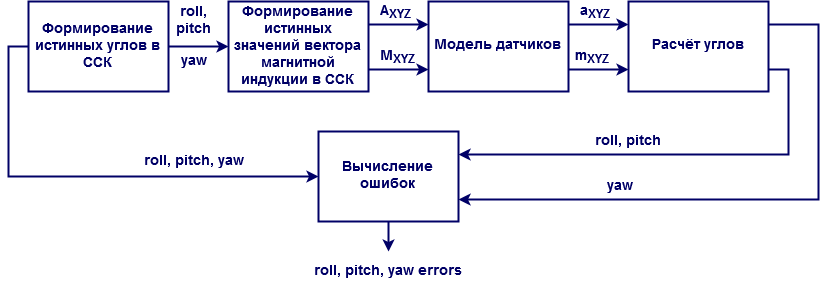
This is Untitled Diagram.png from DaryaMalafeeva/mems-errors, a draw.io export, as it was before one commit. Source tidied: cells renumbered, new cells last; positions are measured from the earlier drawing's top-left corner, leaving out a move shared by most shapes.
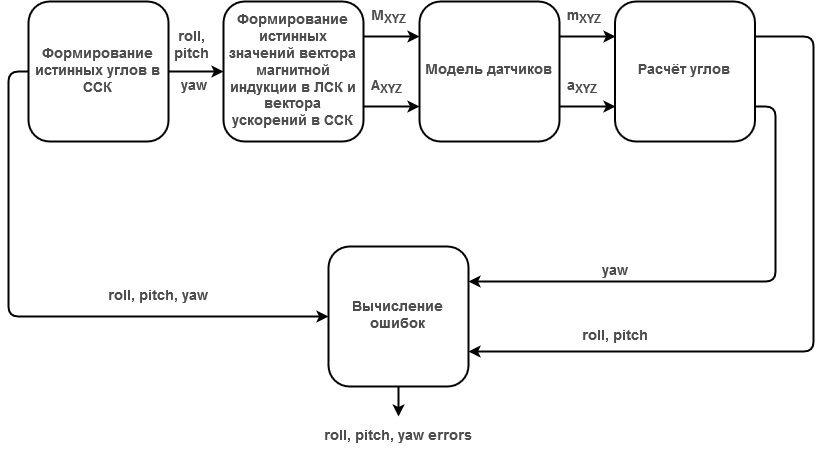
After the change.

Change to the diagram source:
```diff
@@ -2,96 +2,86 @@
   <root>
     <mxCell id="0" />
     <mxCell id="1" parent="0" />
-    <mxCell id="2" style="edgeStyle=orthogonalEdgeStyle;rounded=0;jettySize=auto;html=1;exitX=1;exitY=0.25;exitDx=0;exitDy=0;entryX=0;entryY=0.25;entryDx=0;entryDy=0;strokeColor=#000066;strokeWidth=2;" parent="1" edge="1" source="4" target="9">
-      <mxGeometry relative="1" as="geometry" />
-    </mxCell>
-    <mxCell id="3" style="edgeStyle=orthogonalEdgeStyle;rounded=0;jettySize=auto;html=1;exitX=1;exitY=0.75;exitDx=0;exitDy=0;entryX=0;entryY=0.75;entryDx=0;entryDy=0;strokeColor=#000066;strokeWidth=2;" parent="1" edge="1" source="4" target="9">
-      <mxGeometry relative="1" as="geometry" />
-    </mxCell>
+    <mxCell id="26" style="edgeStyle=orthogonalEdgeStyle;rounded=1;jettySize=auto;html=1;exitX=1;exitY=0.25;exitDx=0;exitDy=0;entryX=0;entryY=0.25;entryDx=0;entryDy=0;strokeColor=#000000;strokeWidth=2;shadow=0;fontSize=12;fillColor=#ffffff;glass=0;" parent="1" edge="1" source="4" target="9">
+      <mxGeometry relative="1" as="geometry" />
+    </mxCell>
+    <mxCell id="27" style="edgeStyle=orthogonalEdgeStyle;rounded=1;jettySize=auto;html=1;exitX=1;exitY=0.75;exitDx=0;exitDy=0;entryX=0;entryY=0.75;entryDx=0;entryDy=0;strokeColor=#000000;strokeWidth=2;shadow=0;fontSize=12;fillColor=#ffffff;glass=0;" parent="1" edge="1" source="4" target="9">
+      <mxGeometry relative="1" as="geometry" />
+    </mxCell>
-    <mxCell id="4" value="&lt;font style=&quot;font-size: 14px&quot; color=&quot;#000066&quot;&gt;&lt;b&gt;Формирование истинных значений вектора магнитной индукции в ССК &lt;/b&gt;&lt;/font&gt;" style="rounded=0;whiteSpace=wrap;html=1;comic=0;shadow=0;strokeColor=#000066;glass=0;strokeWidth=2;" parent="1" vertex="1">
-      <mxGeometry x="220" width="140" height="90" as="geometry" />
+    <mxCell id="4" value="&lt;font style=&quot;font-size: 14px&quot; color=&quot;#4D4D4D&quot;&gt;&lt;b&gt;Формирование истинных значений вектора магнитной индукции в ЛСК и вектора ускорений в ССК &lt;/b&gt;&lt;/font&gt;" style="rounded=1;whiteSpace=wrap;html=1;comic=0;shadow=0;strokeColor=#000000;glass=0;strokeWidth=2;" parent="1" vertex="1">
+      <mxGeometry x="220" y="-25" width="140" height="140" as="geometry" />
     </mxCell>
-    <mxCell id="5" style="edgeStyle=orthogonalEdgeStyle;rounded=0;jettySize=auto;html=1;exitX=0;exitY=0.5;exitDx=0;exitDy=0;entryX=0;entryY=0.5;entryDx=0;entryDy=0;strokeColor=#000066;strokeWidth=2;" parent="1" edge="1" source="6" target="14">
-      <mxGeometry relative="1" as="geometry">
-        <Array as="points">
-          <mxPoint y="45" />
-          <mxPoint y="175" />
-        </Array>
-      </mxGeometry>
+    <mxCell id="5" style="edgeStyle=orthogonalEdgeStyle;rounded=1;jettySize=auto;html=1;exitX=0;exitY=0.5;exitDx=0;exitDy=0;entryX=0;entryY=0.5;entryDx=0;entryDy=0;strokeColor=#000000;strokeWidth=2;shadow=0;fontSize=12;fillColor=#ffffff;glass=0;" parent="1" edge="1" source="6" target="14">
+      <mxGeometry relative="1" as="geometry" />
     </mxCell>
-    <mxCell id="6" value="&lt;font style=&quot;font-size: 14px&quot; color=&quot;#000066&quot;&gt;&lt;b&gt;Формирование истинных углов в ССК &lt;/b&gt;&lt;/font&gt;" style="rounded=0;whiteSpace=wrap;html=1;glass=0;shadow=0;strokeColor=#000066;strokeWidth=2;" parent="1" vertex="1">
-      <mxGeometry x="20" width="140" height="90" as="geometry" />
+    <mxCell id="6" value="&lt;font style=&quot;font-size: 14px&quot; color=&quot;#4D4D4D&quot;&gt;&lt;b&gt;Формирование истинных углов в ССК &lt;/b&gt;&lt;/font&gt;" style="rounded=1;whiteSpace=wrap;html=1;glass=0;shadow=0;strokeColor=#000000;strokeWidth=2;" parent="1" vertex="1">
+      <mxGeometry x="25" y="-25" width="140" height="140" as="geometry" />
     </mxCell>
-    <mxCell id="7" style="edgeStyle=orthogonalEdgeStyle;rounded=0;jettySize=auto;html=1;exitX=1;exitY=0.25;exitDx=0;exitDy=0;entryX=0;entryY=0.25;entryDx=0;entryDy=0;strokeColor=#000066;strokeWidth=2;" parent="1" edge="1" source="9" target="12">
-      <mxGeometry relative="1" as="geometry" />
-    </mxCell>
-    <mxCell id="8" style="edgeStyle=orthogonalEdgeStyle;rounded=0;jettySize=auto;html=1;exitX=1;exitY=0.75;exitDx=0;exitDy=0;entryX=0;entryY=0.75;entryDx=0;entryDy=0;strokeColor=#000066;strokeWidth=2;" parent="1" edge="1" source="9" target="12">
-      <mxGeometry relative="1" as="geometry" />
-    </mxCell>
+    <mxCell id="28" style="edgeStyle=orthogonalEdgeStyle;rounded=1;jettySize=auto;html=1;exitX=1;exitY=0.25;exitDx=0;exitDy=0;entryX=0;entryY=0.25;entryDx=0;entryDy=0;strokeColor=#000000;strokeWidth=2;shadow=0;fontSize=12;fillColor=#ffffff;glass=0;" parent="1" edge="1" source="9" target="12">
+      <mxGeometry relative="1" as="geometry" />
+    </mxCell>
+    <mxCell id="29" style="edgeStyle=orthogonalEdgeStyle;rounded=1;jettySize=auto;html=1;exitX=1;exitY=0.75;exitDx=0;exitDy=0;entryX=0;entryY=0.75;entryDx=0;entryDy=0;strokeColor=#000000;strokeWidth=2;shadow=0;fontSize=12;fillColor=#ffffff;glass=0;" parent="1" edge="1" source="9" target="12">
+      <mxGeometry relative="1" as="geometry" />
+    </mxCell>
-    <mxCell id="9" value="&lt;font style=&quot;font-size: 14px&quot; color=&quot;#000066&quot;&gt;&lt;b&gt;Модель датчиков&lt;br&gt;&lt;/b&gt;&lt;/font&gt;" style="rounded=0;whiteSpace=wrap;html=1;shadow=0;strokeColor=#000066;glass=0;strokeWidth=2;" parent="1" vertex="1">
-      <mxGeometry x="420" width="140" height="90" as="geometry" />
+    <mxCell id="9" value="&lt;font style=&quot;font-size: 14px&quot; color=&quot;#4D4D4D&quot;&gt;&lt;b&gt;Модель датчиков&lt;br&gt;&lt;/b&gt;&lt;/font&gt;" style="rounded=1;whiteSpace=wrap;html=1;shadow=0;strokeColor=#000000;glass=0;strokeWidth=2;" parent="1" vertex="1">
+      <mxGeometry x="416" y="-25" width="140" height="140" as="geometry" />
     </mxCell>
-    <mxCell id="10" style="edgeStyle=orthogonalEdgeStyle;rounded=0;jettySize=auto;html=1;exitX=1;exitY=0.75;exitDx=0;exitDy=0;entryX=1;entryY=0.25;entryDx=0;entryDy=0;strokeColor=#000066;strokeWidth=2;" parent="1" edge="1" source="12" target="14">
-      <mxGeometry relative="1" as="geometry">
-        <Array as="points">
-          <mxPoint x="780" y="68" />
-          <mxPoint x="780" y="153" />
-        </Array>
-      </mxGeometry>
-    </mxCell>
-    <mxCell id="11" style="edgeStyle=orthogonalEdgeStyle;rounded=0;jettySize=auto;html=1;exitX=1;exitY=0.25;exitDx=0;exitDy=0;entryX=1;entryY=0.75;entryDx=0;entryDy=0;strokeColor=#000066;strokeWidth=2;" parent="1" edge="1" source="12" target="14">
-      <mxGeometry relative="1" as="geometry">
-        <Array as="points">
-          <mxPoint x="810" y="23" />
-          <mxPoint x="810" y="198" />
-        </Array>
-      </mxGeometry>
-    </mxCell>
+    <mxCell id="30" style="edgeStyle=orthogonalEdgeStyle;rounded=1;jettySize=auto;html=1;exitX=1;exitY=0.75;exitDx=0;exitDy=0;entryX=1;entryY=0.25;entryDx=0;entryDy=0;strokeColor=#000000;strokeWidth=2;shadow=0;fontSize=12;fillColor=#ffffff;glass=0;" parent="1" edge="1" source="12" target="14">
+      <mxGeometry relative="1" as="geometry" />
+    </mxCell>
+    <mxCell id="31" style="edgeStyle=orthogonalEdgeStyle;rounded=1;jettySize=auto;html=1;exitX=1;exitY=0.25;exitDx=0;exitDy=0;entryX=1;entryY=0.75;entryDx=0;entryDy=0;strokeColor=#000000;strokeWidth=2;shadow=0;fontSize=12;fillColor=#ffffff;glass=0;" parent="1" edge="1" source="12" target="14">
+      <mxGeometry relative="1" as="geometry">
+        <Array as="points">
+          <mxPoint x="810" y="10" />
+          <mxPoint x="810" y="325" />
+        </Array>
+      </mxGeometry>
+    </mxCell>
-    <mxCell id="12" value="&lt;font style=&quot;font-size: 14px&quot; color=&quot;#000066&quot;&gt;&lt;b&gt;Расчёт углов&lt;br&gt;&lt;/b&gt;&lt;/font&gt;" style="rounded=0;whiteSpace=wrap;html=1;shadow=0;strokeColor=#000066;glass=0;strokeWidth=2;" parent="1" vertex="1">
-      <mxGeometry x="620" width="140" height="90" as="geometry" />
+    <mxCell id="12" value="&lt;font style=&quot;font-size: 14px&quot; color=&quot;#4D4D4D&quot;&gt;&lt;b&gt;Расчёт углов&lt;br&gt;&lt;/b&gt;&lt;/font&gt;" style="rounded=1;whiteSpace=wrap;html=1;shadow=0;strokeColor=#000000;glass=0;strokeWidth=2;" parent="1" vertex="1">
+      <mxGeometry x="611.5" y="-25" width="140" height="140" as="geometry" />
     </mxCell>
-    <mxCell id="13" style="edgeStyle=orthogonalEdgeStyle;rounded=0;jettySize=auto;html=1;exitX=0.5;exitY=1;exitDx=0;exitDy=0;strokeColor=#000066;strokeWidth=2;" parent="1" edge="1" source="14">
-      <mxGeometry relative="1" as="geometry">
-        <mxPoint x="380" y="250" as="targetPoint" />
-      </mxGeometry>
-    </mxCell>
+    <mxCell id="32" style="edgeStyle=orthogonalEdgeStyle;rounded=1;jettySize=auto;html=1;exitX=0.5;exitY=1;exitDx=0;exitDy=0;strokeColor=#000000;strokeWidth=2;shadow=0;fontSize=12;fillColor=#ffffff;glass=0;" parent="1" edge="1" source="14">
+      <mxGeometry relative="1" as="geometry">
+        <mxPoint x="395" y="390" as="targetPoint" />
+      </mxGeometry>
+    </mxCell>
-    <mxCell id="14" value="&lt;font style=&quot;font-size: 14px&quot; color=&quot;#000066&quot;&gt;&lt;b&gt;Вычисление ошибок&lt;br&gt;&lt;/b&gt;&lt;/font&gt;" style="rounded=0;whiteSpace=wrap;html=1;shadow=0;strokeColor=#000066;glass=0;strokeWidth=2;" parent="1" vertex="1">
-      <mxGeometry x="310" y="130" width="140" height="90" as="geometry" />
+    <mxCell id="14" value="&lt;font style=&quot;font-size: 14px&quot; color=&quot;#4D4D4D&quot;&gt;&lt;b&gt;Вычисление ошибок&lt;br&gt;&lt;/b&gt;&lt;/font&gt;" style="rounded=1;whiteSpace=wrap;html=1;shadow=0;strokeColor=#000000;glass=0;strokeWidth=2;" parent="1" vertex="1">
+      <mxGeometry x="325" y="220" width="140" height="140" as="geometry" />
     </mxCell>
-    <mxCell id="15" style="endArrow=classic;html=1;exitX=1;exitY=0.5;exitDx=0;exitDy=0;strokeColor=#000066;strokeWidth=2;rounded=0;" parent="1" edge="1" source="6">
+    <mxCell id="15" style="html=1;exitX=1;exitY=0.5;exitDx=0;exitDy=0;strokeColor=#000000;strokeWidth=2;rounded=1;shadow=0;fontSize=12;fillColor=#ffffff;glass=0;" parent="1" edge="1" source="6">
       <mxGeometry relative="1" as="geometry">
         <mxPoint x="220" y="45" as="targetPoint" />
       </mxGeometry>
     </mxCell>
-    <mxCell id="16" value="&lt;font style=&quot;font-size: 14px&quot;&gt;&lt;b&gt;&lt;font color=&quot;#000066&quot;&gt;roll, pitch&lt;/font&gt;&lt;/b&gt;&lt;/font&gt;" style="text;html=1;strokeColor=none;fillColor=none;align=center;verticalAlign=middle;whiteSpace=wrap;rounded=0;shadow=1;glass=0;comic=0;" parent="1" vertex="1">
-      <mxGeometry x="170" width="30" height="40" as="geometry" />
+    <mxCell id="16" value="&lt;font style=&quot;font-size: 14px&quot; color=&quot;#4D4D4D&quot;&gt;&lt;b&gt;roll, pitch&lt;/b&gt;&lt;/font&gt;" style="text;html=1;strokeColor=none;fillColor=none;align=center;verticalAlign=middle;whiteSpace=wrap;rounded=0;shadow=1;glass=0;comic=0;" parent="1" vertex="1">
+      <mxGeometry x="172.5" width="30" height="40" as="geometry" />
     </mxCell>
-    <mxCell id="17" value="&lt;font style=&quot;font-size: 14px&quot; color=&quot;#000066&quot;&gt;&lt;b&gt;A&lt;sub&gt;XYZ&lt;/sub&gt;&lt;/b&gt;&lt;/font&gt;" style="text;html=1;align=left;verticalAlign=top;spacingTop=-4;" parent="1" vertex="1">
-      <mxGeometry x="370" width="50" height="20" as="geometry" />
+    <mxCell id="17" value="&lt;font style=&quot;font-size: 14px&quot; color=&quot;#4D4D4D&quot;&gt;&lt;b&gt;A&lt;sub&gt;XYZ&lt;/sub&gt;&lt;/b&gt;&lt;/font&gt;" style="text;html=1;align=left;verticalAlign=top;spacingTop=-4;" parent="1" vertex="1">
+      <mxGeometry x="366" y="50" width="50" height="20" as="geometry" />
     </mxCell>
-    <mxCell id="18" value="&lt;font style=&quot;font-size: 14px&quot; color=&quot;#000066&quot;&gt;&lt;b&gt;M&lt;sub&gt;XYZ&lt;/sub&gt;&lt;/b&gt;&lt;/font&gt;" style="text;html=1;align=left;verticalAlign=top;spacingTop=-4;" parent="1" vertex="1">
-      <mxGeometry x="370" y="45" width="50" height="20" as="geometry" />
+    <mxCell id="18" value="&lt;font style=&quot;font-size: 14px&quot; color=&quot;#4D4D4D&quot;&gt;&lt;b&gt;M&lt;sub&gt;XYZ&lt;/sub&gt;&lt;/b&gt;&lt;/font&gt;" style="text;html=1;align=left;verticalAlign=top;spacingTop=-4;" parent="1" vertex="1">
+      <mxGeometry x="366" y="-20" width="50" height="20" as="geometry" />
     </mxCell>
-    <mxCell id="19" value="&lt;font style=&quot;font-size: 14px&quot; color=&quot;#000066&quot;&gt;&lt;b&gt;a&lt;sub&gt;XYZ&lt;/sub&gt;&lt;/b&gt;&lt;/font&gt;" style="text;html=1;align=left;verticalAlign=top;spacingTop=-4;" parent="1" vertex="1">
-      <mxGeometry x="570" width="50" height="20" as="geometry" />
+    <mxCell id="19" value="&lt;font style=&quot;font-size: 14px&quot; color=&quot;#4D4D4D&quot;&gt;&lt;b&gt;a&lt;sub&gt;XYZ&lt;/sub&gt;&lt;/b&gt;&lt;/font&gt;" style="text;html=1;align=left;verticalAlign=top;spacingTop=-4;" parent="1" vertex="1">
+      <mxGeometry x="561.5" y="50" width="50" height="20" as="geometry" />
     </mxCell>
-    <mxCell id="20" value="&lt;font style=&quot;font-size: 14px&quot; color=&quot;#000066&quot;&gt;&lt;b&gt;m&lt;sub&gt;XYZ&lt;/sub&gt;&lt;/b&gt;&lt;/font&gt;" style="text;html=1;align=left;verticalAlign=top;spacingTop=-4;" parent="1" vertex="1">
-      <mxGeometry x="565" y="45" width="50" height="20" as="geometry" />
+    <mxCell id="20" value="&lt;font style=&quot;font-size: 14px&quot; color=&quot;#4D4D4D&quot;&gt;&lt;b&gt;m&lt;sub&gt;XYZ&lt;/sub&gt;&lt;/b&gt;&lt;/font&gt;" style="text;html=1;align=left;verticalAlign=top;spacingTop=-4;" parent="1" vertex="1">
+      <mxGeometry x="561.5" y="-20" width="50" height="20" as="geometry" />
     </mxCell>
-    <mxCell id="21" value="&lt;font style=&quot;font-size: 14px&quot;&gt;&lt;b&gt;&lt;font color=&quot;#000066&quot;&gt;roll, pitch&lt;br&gt;&lt;/font&gt;&lt;/b&gt;&lt;/font&gt;" style="text;html=1;strokeColor=none;fillColor=none;align=center;verticalAlign=middle;whiteSpace=wrap;rounded=0;shadow=1;glass=0;comic=0;" parent="1" vertex="1">
-      <mxGeometry x="578.5" y="110" width="83" height="60" as="geometry" />
+    <mxCell id="21" value="&lt;font style=&quot;font-size: 14px&quot; color=&quot;#4D4D4D&quot;&gt;&lt;b&gt;roll, pitch&lt;br&gt;&lt;/b&gt;&lt;/font&gt;" style="text;html=1;strokeColor=none;fillColor=none;align=center;verticalAlign=middle;whiteSpace=wrap;rounded=0;shadow=1;glass=0;comic=0;" parent="1" vertex="1">
+      <mxGeometry x="570" y="280" width="83" height="60" as="geometry" />
     </mxCell>
-    <mxCell id="22" value="&lt;font style=&quot;font-size: 14px&quot;&gt;&lt;b&gt;&lt;font color=&quot;#000066&quot;&gt;yaw&lt;br&gt;&lt;/font&gt;&lt;/b&gt;&lt;/font&gt;" style="text;html=1;strokeColor=none;fillColor=none;align=center;verticalAlign=middle;whiteSpace=wrap;rounded=0;shadow=1;glass=0;comic=0;" parent="1" vertex="1">
-      <mxGeometry x="579" y="170" width="65" height="30" as="geometry" />
+    <mxCell id="22" value="&lt;font style=&quot;font-size: 14px&quot; color=&quot;#4D4D4D&quot;&gt;&lt;b&gt;yaw&lt;br&gt;&lt;/b&gt;&lt;/font&gt;" style="text;html=1;strokeColor=none;fillColor=none;align=center;verticalAlign=middle;whiteSpace=wrap;rounded=0;shadow=1;glass=0;comic=0;" parent="1" vertex="1">
+      <mxGeometry x="579" y="230" width="65" height="30" as="geometry" />
     </mxCell>
-    <mxCell id="23" value="&lt;font style=&quot;font-size: 14px&quot;&gt;&lt;b&gt;&lt;font color=&quot;#000066&quot;&gt;roll, pitch, yaw&lt;/font&gt;&lt;/b&gt;&lt;/font&gt;" style="text;html=1;strokeColor=none;fillColor=none;align=center;verticalAlign=middle;whiteSpace=wrap;rounded=0;shadow=1;glass=0;comic=0;" parent="1" vertex="1">
-      <mxGeometry x="127.5" y="130" width="115" height="60" as="geometry" />
+    <mxCell id="23" value="&lt;font style=&quot;font-size: 14px&quot; color=&quot;#4D4D4D&quot;&gt;&lt;b&gt;roll, pitch, yaw&lt;/b&gt;&lt;/font&gt;" style="text;html=1;strokeColor=none;fillColor=none;align=center;verticalAlign=middle;whiteSpace=wrap;rounded=0;shadow=1;glass=0;comic=0;" parent="1" vertex="1">
+      <mxGeometry x="96" y="240" width="115" height="60" as="geometry" />
     </mxCell>
-    <mxCell id="24" value="&lt;font style=&quot;font-size: 14px&quot;&gt;&lt;b&gt;&lt;font color=&quot;#000066&quot;&gt;roll, pitch, yaw errors&lt;br&gt;&lt;/font&gt;&lt;/b&gt;&lt;/font&gt;" style="text;html=1;strokeColor=none;fillColor=none;align=center;verticalAlign=middle;whiteSpace=wrap;rounded=0;shadow=1;glass=0;comic=0;" parent="1" vertex="1">
-      <mxGeometry x="297.5" y="240" width="165" height="60" as="geometry" />
+    <mxCell id="24" value="&lt;font style=&quot;font-size: 14px&quot; color=&quot;#4D4D4D&quot;&gt;&lt;b&gt;roll, pitch, yaw errors&lt;br&gt;&lt;/b&gt;&lt;/font&gt;" style="text;html=1;strokeColor=none;fillColor=none;align=center;verticalAlign=middle;whiteSpace=wrap;rounded=0;shadow=1;glass=0;comic=0;" parent="1" vertex="1">
+      <mxGeometry x="312.5" y="380" width="165" height="60" as="geometry" />
     </mxCell>
-    <mxCell id="25" value="&lt;font style=&quot;font-size: 14px&quot;&gt;&lt;b&gt;&lt;font color=&quot;#000066&quot;&gt;&amp;nbsp;yaw&lt;/font&gt;&lt;/b&gt;&lt;/font&gt;" style="text;html=1;strokeColor=none;fillColor=none;align=center;verticalAlign=middle;whiteSpace=wrap;rounded=0;shadow=1;glass=0;comic=0;" parent="1" vertex="1">
-      <mxGeometry x="165" y="50" width="35" height="20" as="geometry" />
+    <mxCell id="25" value="&lt;font style=&quot;font-size: 14px&quot; color=&quot;#4D4D4D&quot;&gt;&lt;b&gt;&amp;nbsp;yaw&lt;/b&gt;&lt;/font&gt;" style="text;html=1;strokeColor=none;fillColor=none;align=center;verticalAlign=middle;whiteSpace=wrap;rounded=0;shadow=1;glass=0;comic=0;" parent="1" vertex="1">
+      <mxGeometry x="170" y="50" width="35" height="20" as="geometry" />
     </mxCell>
   </root>
 </mxGraphModel>
```
